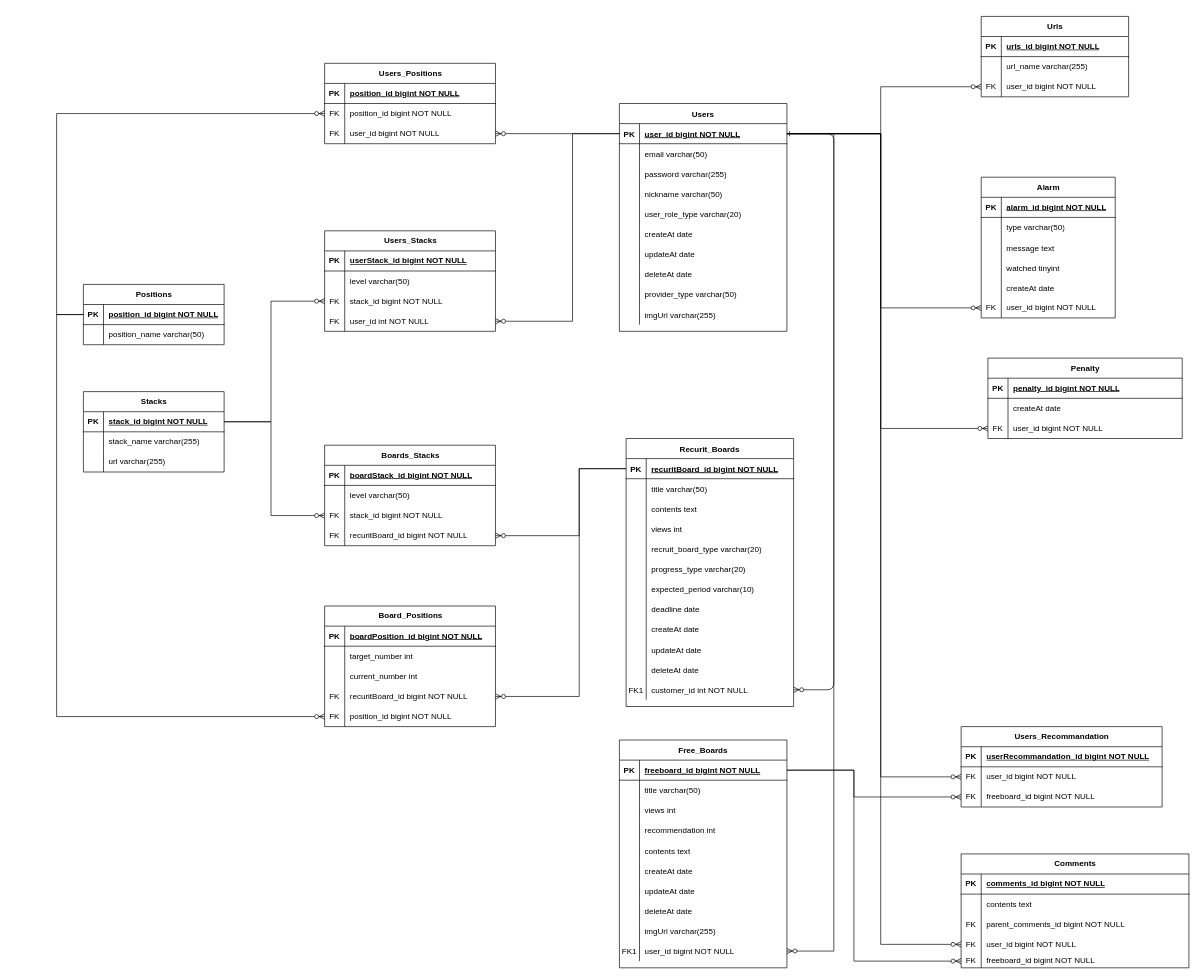
Earlier version of the draw.io diagram server/ERD.drawio (Side-Effect-Team/side-effect-backend). Source tidied: cells renumbered, new cells numbered last; positions are measured from the earlier drawing's top-left corner, leaving out a move shared by most shapes. Both pictures are drawn from the tidied source at 67%, with x=0, y=0 at pixel (3, 16).
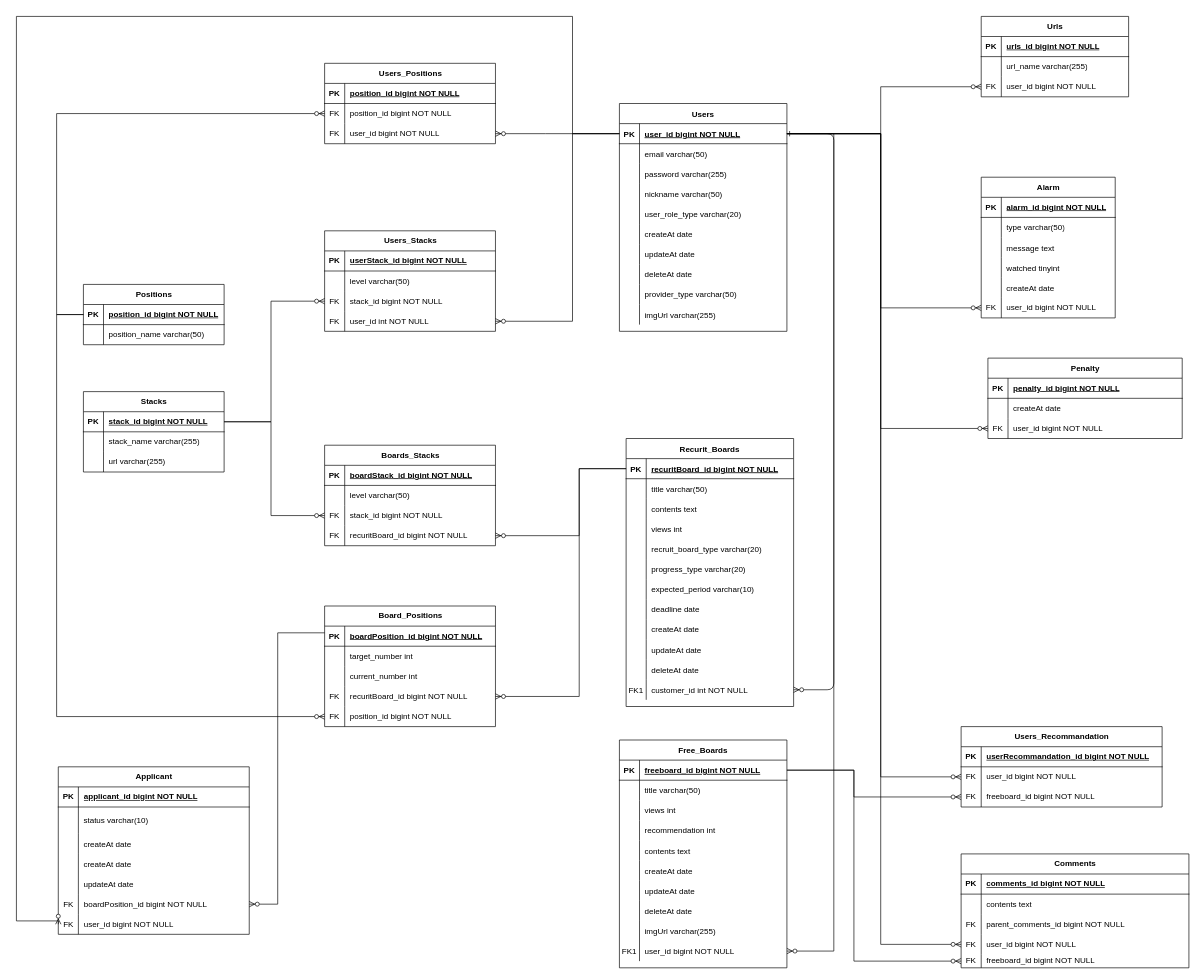
After the change.

Commit message:
chore: 지원현황 테이블 추가

The change refers to these unchanged cells:
```xml
<mxCell id="41" style="shape=partialRectangle;fillColor=none;points=[[0,0.5],[1,0.5]];portConstraint=eastwest;top=0;left=0;right=0;bottom=1;" parent="40" vertex="1">
  <mxGeometry y="30" width="250" height="30" as="geometry" />
</mxCell>
```

Change to the diagram source:
```diff
@@
+    <mxCell id="254" value="Applicant " style="shape=table;startSize=30;childLayout=tableLayout;rowLines=0;fontStyle=1;align=center;html=1;" parent="1" vertex="1">
+      <mxGeometry x="82.5" y="1120" width="285" height="250" as="geometry" />
+    </mxCell>
+    <mxCell id="255" style="shape=tableRow;horizontal=0;startSize=0;swimlaneHead=0;swimlaneBody=0;fillColor=none;top=0;left=0;right=0;bottom=1;" parent="254" vertex="1">
+      <mxGeometry y="30" width="285" height="30" as="geometry" />
+    </mxCell>
+    <mxCell id="256" value="PK" style="shape=partialRectangle;fillColor=none;top=0;left=0;bottom=0;right=0;fontStyle=1;overflow=hidden;whiteSpace=wrap;html=1;" parent="255" vertex="1">
+      <mxGeometry width="30" height="30" as="geometry" />
+    </mxCell>
+    <mxCell id="257" value="applicant_id bigint NOT NULL" style="shape=partialRectangle;fillColor=none;top=0;left=0;bottom=0;right=0;align=left;spacingLeft=6;fontStyle=5;overflow=hidden;whiteSpace=wrap;html=1;" parent="255" vertex="1">
+      <mxGeometry x="30" width="255" height="30" as="geometry" />
+    </mxCell>
+    <mxCell id="258" style="shape=tableRow;horizontal=0;startSize=0;swimlaneHead=0;swimlaneBody=0;fillColor=none;top=0;left=0;right=0;bottom=0;" parent="254" vertex="1">
+      <mxGeometry y="60" width="285" height="40" as="geometry" />
+    </mxCell>
+    <mxCell id="259" style="shape=partialRectangle;fillColor=none;top=0;left=0;bottom=0;right=0;overflow=hidden;" parent="258" vertex="1">
+      <mxGeometry width="30" height="40" as="geometry" />
+    </mxCell>
+    <mxCell id="260" value="status varchar(10)" style="shape=partialRectangle;fillColor=none;top=0;left=0;bottom=0;right=0;align=left;spacingLeft=6;overflow=hidden;" parent="258" vertex="1">
+      <mxGeometry x="30" width="255" height="40" as="geometry" />
+    </mxCell>
+    <mxCell id="261" style="shape=tableRow;horizontal=0;startSize=0;swimlaneHead=0;swimlaneBody=0;fillColor=none;top=0;left=0;right=0;bottom=0;" parent="254" vertex="1">
+      <mxGeometry y="100" width="285" height="30" as="geometry" />
+    </mxCell>
+    <mxCell id="262" style="shape=partialRectangle;fillColor=none;top=0;left=0;bottom=0;right=0;overflow=hidden;" parent="261" vertex="1">
+      <mxGeometry width="30" height="30" as="geometry" />
+    </mxCell>
+    <mxCell id="263" value="createAt date" style="shape=partialRectangle;fillColor=none;top=0;left=0;bottom=0;right=0;align=left;spacingLeft=6;overflow=hidden;" parent="261" vertex="1">
+      <mxGeometry x="30" width="255" height="30" as="geometry" />
+    </mxCell>
+    <mxCell id="264" style="shape=tableRow;horizontal=0;startSize=0;swimlaneHead=0;swimlaneBody=0;fillColor=none;top=0;left=0;right=0;bottom=0;" parent="254" vertex="1">
+      <mxGeometry y="130" width="285" height="30" as="geometry" />
+    </mxCell>
+    <mxCell id="265" style="shape=partialRectangle;fillColor=none;top=0;left=0;bottom=0;right=0;overflow=hidden;" parent="264" vertex="1">
+      <mxGeometry width="30" height="30" as="geometry" />
+    </mxCell>
+    <mxCell id="266" value="createAt date" style="shape=partialRectangle;fillColor=none;top=0;left=0;bottom=0;right=0;align=left;spacingLeft=6;overflow=hidden;" parent="264" vertex="1">
+      <mxGeometry x="30" width="255" height="30" as="geometry" />
+    </mxCell>
+    <mxCell id="267" style="shape=tableRow;horizontal=0;startSize=0;swimlaneHead=0;swimlaneBody=0;fillColor=none;top=0;left=0;right=0;bottom=0;" parent="254" vertex="1">
+      <mxGeometry y="160" width="285" height="30" as="geometry" />
+    </mxCell>
+    <mxCell id="268" style="shape=partialRectangle;fillColor=none;top=0;left=0;bottom=0;right=0;overflow=hidden;" parent="267" vertex="1">
+      <mxGeometry width="30" height="30" as="geometry" />
+    </mxCell>
+    <mxCell id="269" value="updateAt date" style="shape=partialRectangle;fillColor=none;top=0;left=0;bottom=0;right=0;align=left;spacingLeft=6;overflow=hidden;" parent="267" vertex="1">
+      <mxGeometry x="30" width="255" height="30" as="geometry" />
+    </mxCell>
+    <mxCell id="270" style="shape=tableRow;horizontal=0;startSize=0;swimlaneHead=0;swimlaneBody=0;fillColor=none;points=[[0,0.5],[1,0.5]];portConstraint=eastwest;top=0;left=0;right=0;bottom=0;" parent="254" vertex="1">
+      <mxGeometry y="190" width="285" height="30" as="geometry" />
+    </mxCell>
+    <mxCell id="271" value="FK" style="shape=partialRectangle;fillColor=none;top=0;left=0;bottom=0;right=0;fontStyle=0;overflow=hidden;whiteSpace=wrap;html=1;" parent="270" vertex="1">
+      <mxGeometry width="30" height="30" as="geometry" />
+    </mxCell>
+    <mxCell id="272" value="boardPosition_id bigint NOT NULL" style="shape=partialRectangle;fillColor=none;top=0;left=0;bottom=0;right=0;align=left;spacingLeft=6;fontStyle=0;overflow=hidden;whiteSpace=wrap;html=1;" parent="270" vertex="1">
+      <mxGeometry x="30" width="255" height="30" as="geometry" />
+    </mxCell>
+    <mxCell id="273" style="shape=tableRow;horizontal=0;startSize=0;swimlaneHead=0;swimlaneBody=0;fillColor=none;points=[[0,0.5],[1,0.5]];portConstraint=eastwest;top=0;left=0;right=0;bottom=0;" parent="254" vertex="1">
+      <mxGeometry y="220" width="285" height="30" as="geometry" />
+    </mxCell>
+    <mxCell id="274" value="FK" style="shape=partialRectangle;fillColor=none;top=0;left=0;bottom=0;right=0;fontStyle=0;overflow=hidden;whiteSpace=wrap;html=1;" parent="273" vertex="1">
+      <mxGeometry width="30" height="30" as="geometry" />
+    </mxCell>
+    <mxCell id="275" value="user_id bigint NOT NULL" style="shape=partialRectangle;fillColor=none;top=0;left=0;bottom=0;right=0;align=left;spacingLeft=6;fontStyle=0;overflow=hidden;whiteSpace=wrap;html=1;" parent="273" vertex="1">
+      <mxGeometry x="30" width="255" height="30" as="geometry" />
+    </mxCell>
+    <mxCell id="276" style="edgeStyle=elbowEdgeStyle;fontSize=12;html=1;endArrow=ERzeroToMany;endFill=1;rounded=0;exitX=0;exitY=0.5;exitDx=0;exitDy=0;entryX=1;entryY=0.5;entryDx=0;entryDy=0;" parent="1" edge="1" target="270">
+      <mxGeometry relative="1" as="geometry">
+        <mxPoint x="480" y="920" as="sourcePoint" />
+        <Array as="points">
+          <mxPoint x="410" y="1125" />
+        </Array>
+      </mxGeometry>
+    </mxCell>
+    <mxCell id="277" style="edgeStyle=orthogonalEdgeStyle;fontSize=12;html=1;endArrow=ERzeroToMany;endFill=1;rounded=0;entryX=0;entryY=0.5;entryDx=0;entryDy=0;exitX=0;exitY=0.5;exitDx=0;exitDy=0;" parent="1" edge="1" source="41" target="273">
+      <mxGeometry relative="1" as="geometry">
+        <Array as="points">
+          <mxPoint x="850" y="175" />
+          <mxPoint x="850" />
+          <mxPoint x="20" />
+          <mxPoint x="20" y="1350" />
+          <mxPoint x="83" y="1350" />
+        </Array>
+      </mxGeometry>
+    </mxCell>
```
